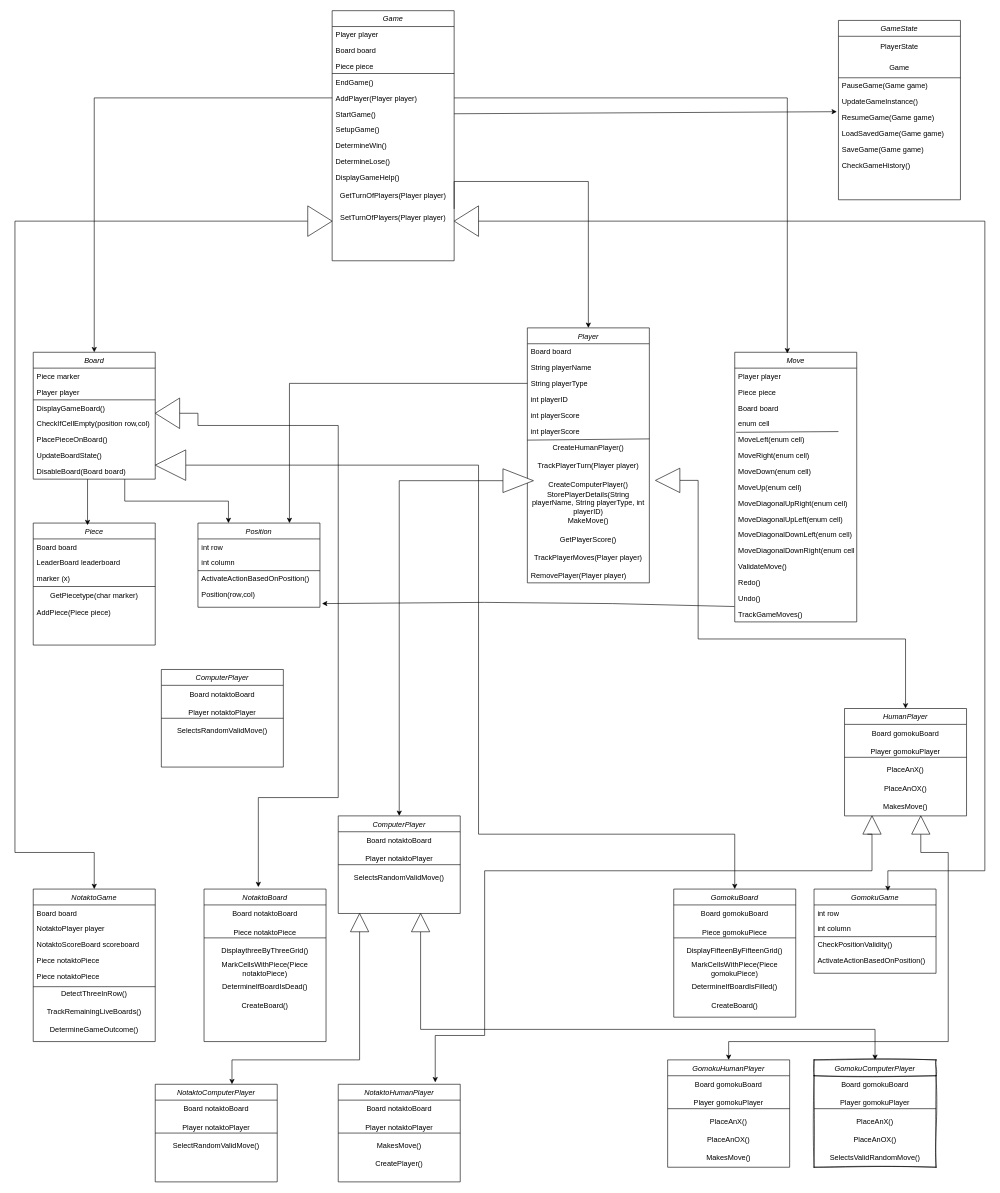
The draw.io diagram Class Diagram.drawio in Scott2020747/IFN563_Project, before the edit. Source tidied: cells renumbered, new cells numbered last; positions are measured from the earlier drawing's top-left corner, leaving out a move shared by most shapes. Both pictures are drawn from the tidied source at 61%, with x=0, y=0 at pixel (15, 10).
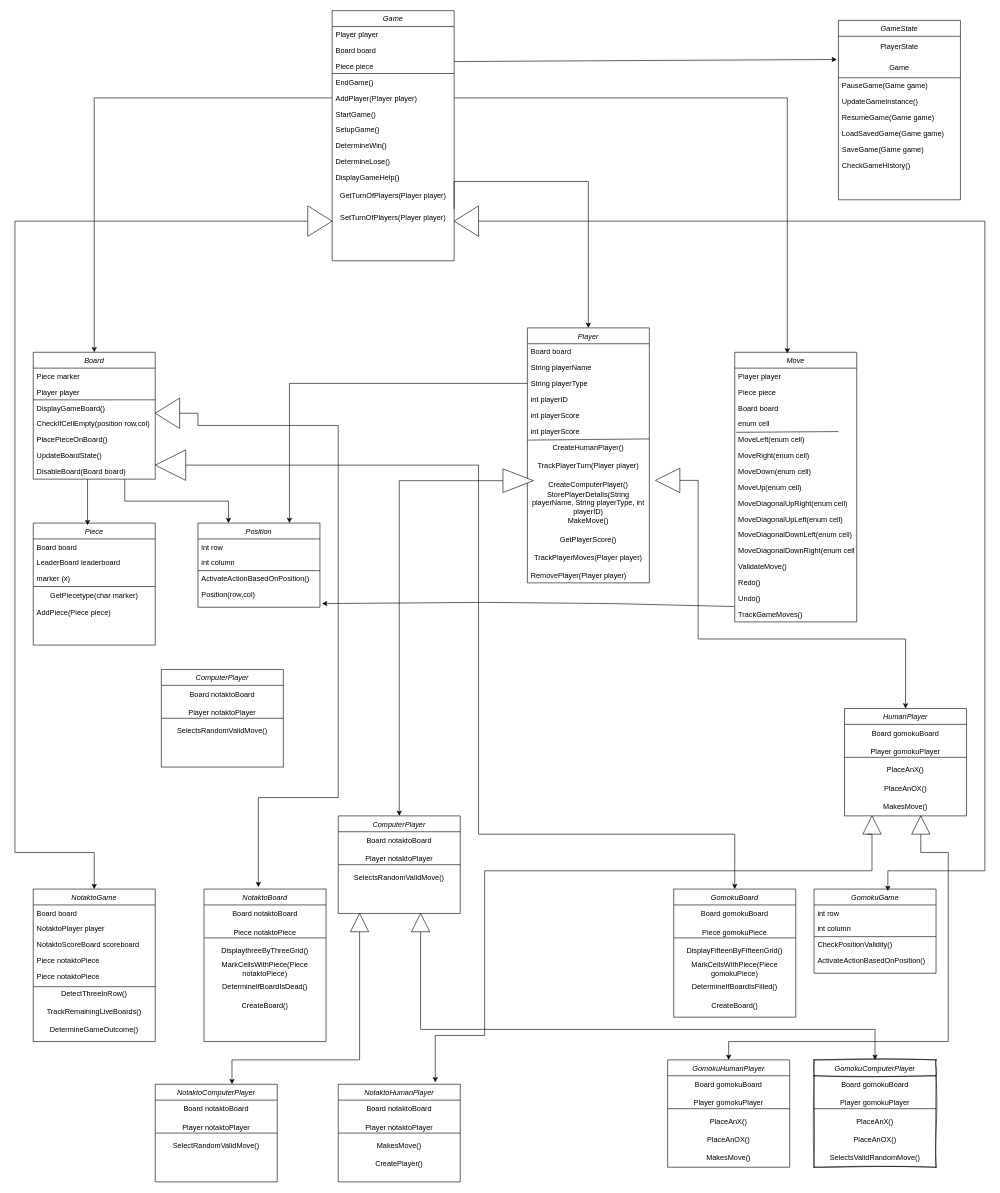
The same page after the edit.

The change refers to these unchanged cells:
```xml
<mxCell id="8" value="StartGame()" style="text;align=left;verticalAlign=top;spacingLeft=4;spacingRight=4;overflow=hidden;points=[[0,0.5],[1,0.5]];portConstraint=eastwest;" parent="2" vertex="1">
  <mxGeometry y="156" width="200" height="26" as="geometry" />
</mxCell>
<mxCell id="179" value="ResumeGame(Game game)" style="text;align=left;verticalAlign=top;spacingLeft=4;spacingRight=4;overflow=hidden;points=[[0,0.5],[1,0.5]];portConstraint=eastwest;" parent="173" vertex="1">
  <mxGeometry y="146" width="200" height="26" as="geometry" />
</mxCell>
```

What changed in the source:
```diff
@@
-    <mxCell id="183" style="endArrow=classic;html=1;rounded=0;entryX=-0.013;entryY=0.138;entryDx=0;entryDy=0;entryPerimeter=0;exitX=1;exitY=0.5;exitDx=0;exitDy=0;" parent="1" edge="1" source="8" target="179">
-      <mxGeometry relative="1" as="geometry" />
+    <mxCell id="183" style="endArrow=classic;html=1;rounded=0;entryX=-0.013;entryY=0.138;entryDx=0;entryDy=0;entryPerimeter=0;exitX=1;exitY=0.5;exitDx=0;exitDy=0;" parent="1" edge="1">
+      <mxGeometry relative="1" as="geometry">
+        <mxPoint x="720" y="83.4" as="sourcePoint" />
+        <mxPoint x="1347.4" y="80" as="targetPoint" />
+      </mxGeometry>
     </mxCell>
```
